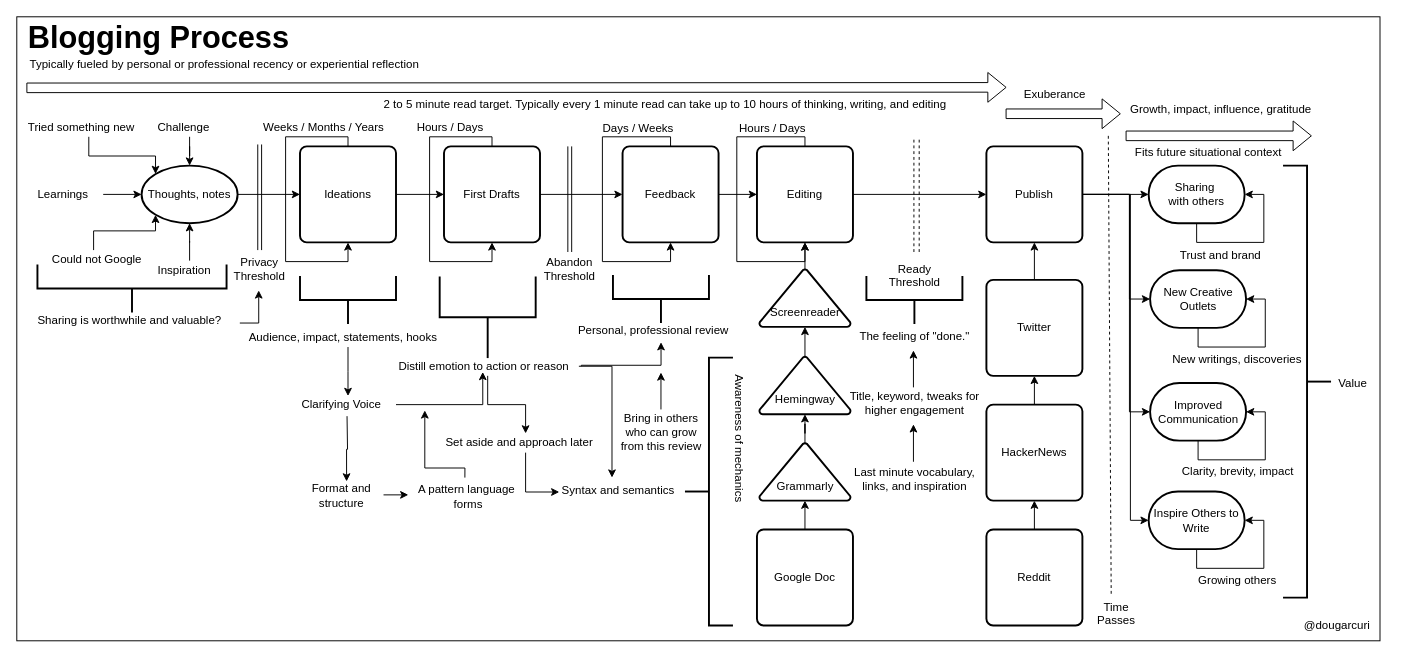
Before: mentoring/diagrams/blogging-process.drawio in solidi/learning-notes, a draw.io diagram. Source tidied: cells renumbered, new cells numbered last; positions are measured from the earlier drawing's top-left corner, leaving out a move shared by most shapes. Both pictures are drawn from the tidied source at 96%, with x=0, y=0 at pixel (16, 16).
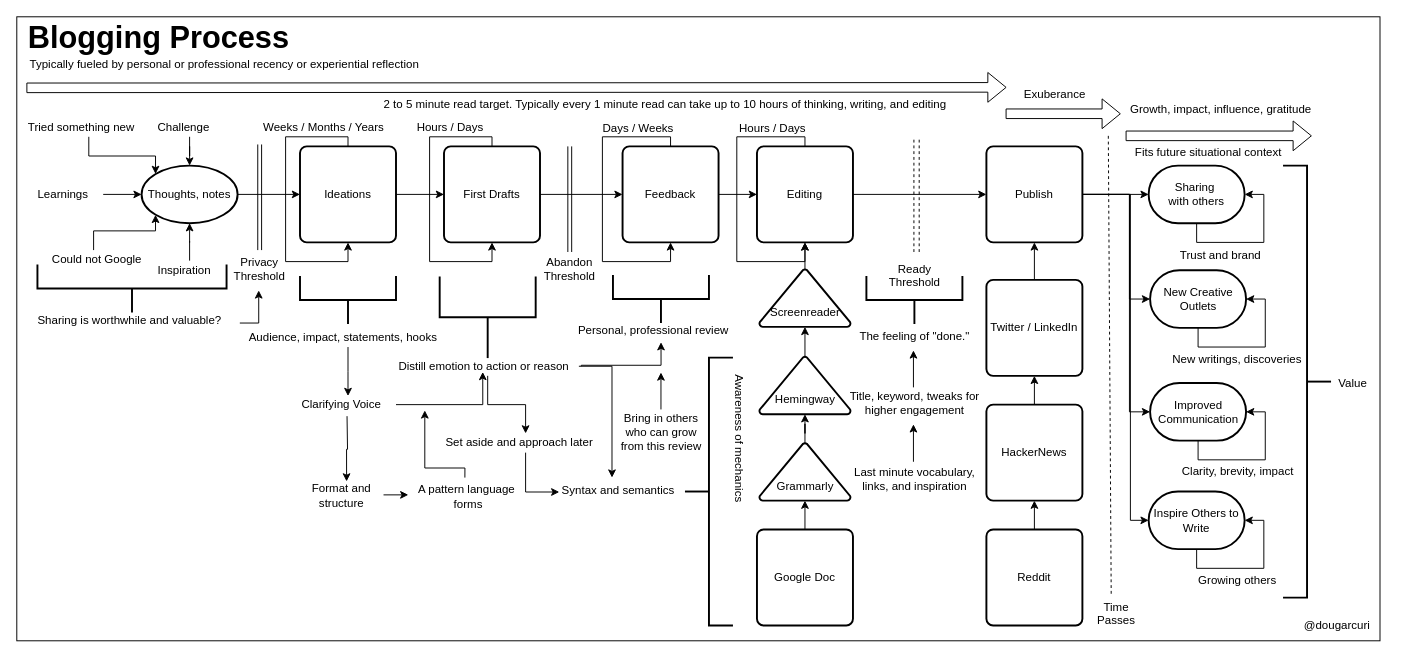
After the change.

Commit message (it also covers changes not shown here):
Add linkedin to the blog diagram

Change to the diagram source:
```diff
@@
-    <mxCell id="24" value="Twitter" style="rounded=1;whiteSpace=wrap;html=1;absoluteArcSize=1;arcSize=14;strokeWidth=2;" parent="1" vertex="1">
+    <mxCell id="24" value="Twitter / LinkedIn" style="rounded=1;whiteSpace=wrap;html=1;absoluteArcSize=1;arcSize=14;strokeWidth=2;" parent="1" vertex="1">
       <mxGeometry x="1010" y="274" width="100" height="100" as="geometry" />
     </mxCell>
```
